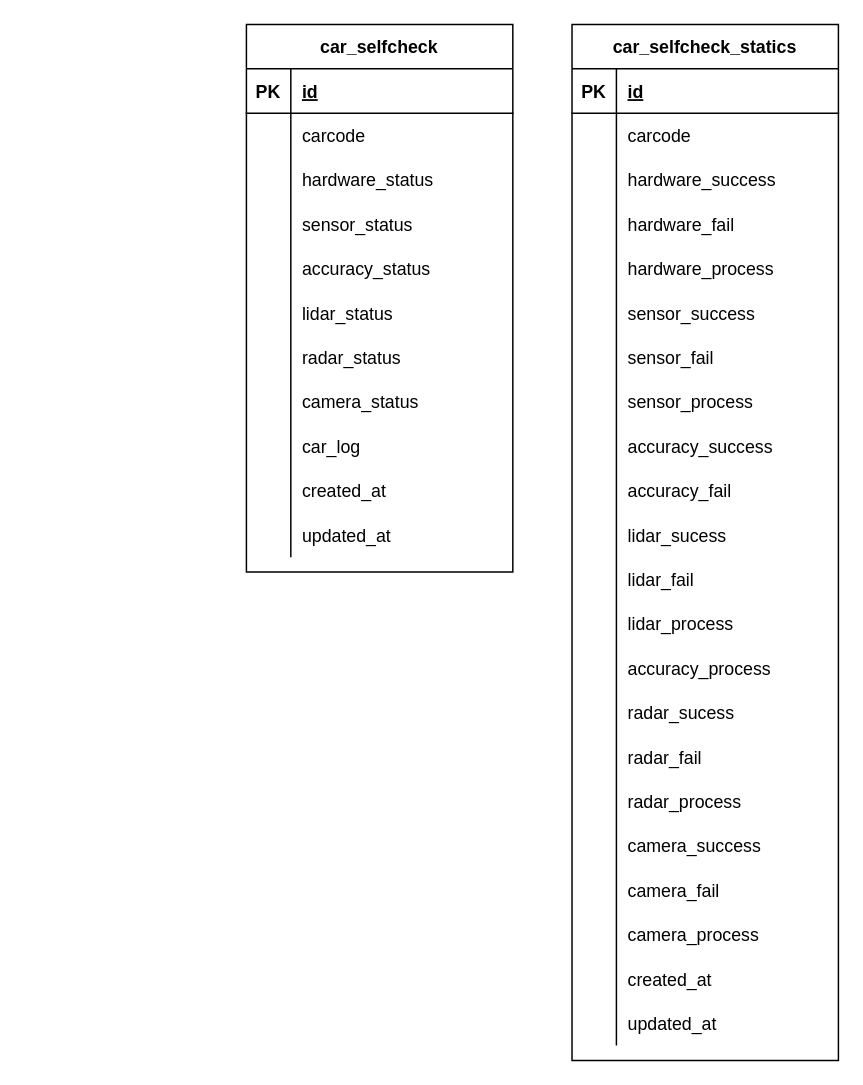
Above: 出行项目/ridereventlogger-db.drawio in wurh/myDesignDoc (draw.io), before the change. Source tidied: cells renumbered, new cells numbered last; positions are measured from the earlier drawing's top-left corner, leaving out a move shared by most shapes. Both pictures are drawn from the tidied source at 148%, with x=0, y=0 at pixel (246, 24).
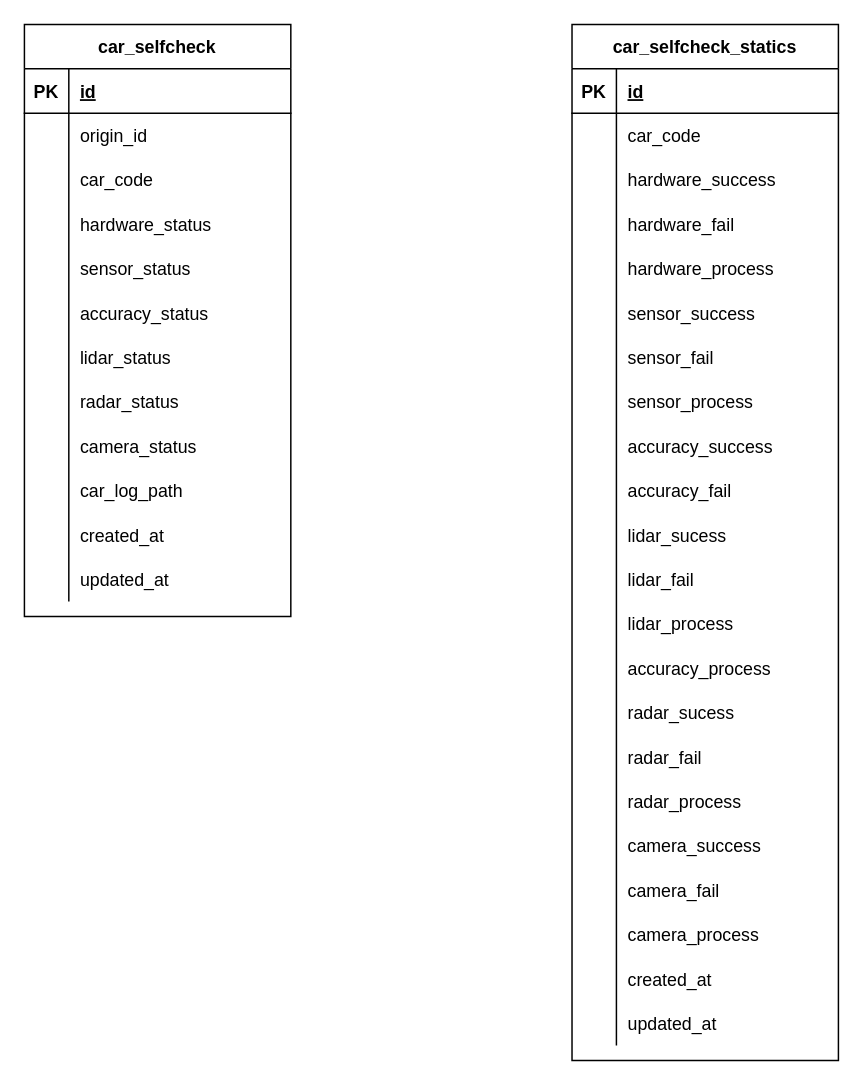
The same diagram, later.

Unchanged cells that the change refers to:
```xml
<mxCell id="40" style="shape=partialRectangle;fillColor=none;top=0;left=0;bottom=0;right=0;" parent="36" vertex="1">
  <mxGeometry y="60" width="180" height="30" as="geometry" />
</mxCell>
```

The edit, as a diff of the source:
```diff
@@
     <mxCell id="2" value="car_selfcheck" style="shape=table;startSize=30;childLayout=tableLayout;rowLines=0;fontStyle=1;align=center;" parent="1" vertex="1">
-      <mxGeometry width="180" height="370" as="geometry" />
+      <mxGeometry x="-150" width="180" height="400" as="geometry" />
     </mxCell>
@@
+    <mxCell id="103" style="shape=partialRectangle;fillColor=none;top=0;left=0;bottom=0;right=0;" parent="2" vertex="1">
+      <mxGeometry y="60" width="180" height="30" as="geometry" />
+    </mxCell>
+    <mxCell id="104" style="shape=partialRectangle;fillColor=none;top=0;left=0;bottom=0;right=0;overflow=hidden;" parent="103" vertex="1">
+      <mxGeometry width="30" height="30" as="geometry" />
+    </mxCell>
+    <mxCell id="105" value="origin_id" style="shape=partialRectangle;fillColor=none;top=0;left=0;bottom=0;right=0;align=left;spacingLeft=6;overflow=hidden;" parent="103" vertex="1">
+      <mxGeometry x="30" width="150" height="30" as="geometry" />
+    </mxCell>
     <mxCell id="6" style="shape=partialRectangle;fillColor=none;top=0;left=0;bottom=0;right=0;" parent="2" vertex="1">
-      <mxGeometry y="60" width="180" height="30" as="geometry" />
+      <mxGeometry y="90" width="180" height="30" as="geometry" />
     </mxCell>
@@
-    <mxCell id="8" value="carcode" style="shape=partialRectangle;fillColor=none;top=0;left=0;bottom=0;right=0;align=left;spacingLeft=6;overflow=hidden;" parent="6" vertex="1">
+    <mxCell id="8" value="car_code" style="shape=partialRectangle;fillColor=none;top=0;left=0;bottom=0;right=0;align=left;spacingLeft=6;overflow=hidden;" parent="6" vertex="1">
       <mxGeometry x="30" width="150" height="30" as="geometry" />
     </mxCell>
     <mxCell id="9" style="shape=partialRectangle;fillColor=none;top=0;left=0;bottom=0;right=0;" parent="2" vertex="1">
-      <mxGeometry y="90" width="180" height="30" as="geometry" />
+      <mxGeometry y="120" width="180" height="30" as="geometry" />
     </mxCell>
@@
     <mxCell id="12" style="shape=partialRectangle;fillColor=none;top=0;left=0;bottom=0;right=0;" parent="2" vertex="1">
-      <mxGeometry y="120" width="180" height="30" as="geometry" />
+      <mxGeometry y="150" width="180" height="30" as="geometry" />
     </mxCell>
@@
     <mxCell id="15" style="shape=partialRectangle;fillColor=none;top=0;left=0;bottom=0;right=0;" parent="2" vertex="1">
-      <mxGeometry y="150" width="180" height="30" as="geometry" />
+      <mxGeometry y="180" width="180" height="30" as="geometry" />
     </mxCell>
@@
     <mxCell id="18" style="shape=partialRectangle;fillColor=none;top=0;left=0;bottom=0;right=0;" parent="2" vertex="1">
-      <mxGeometry y="180" width="180" height="30" as="geometry" />
+      <mxGeometry y="210" width="180" height="30" as="geometry" />
     </mxCell>
@@
     <mxCell id="21" style="shape=partialRectangle;fillColor=none;top=0;left=0;bottom=0;right=0;" parent="2" vertex="1">
-      <mxGeometry y="210" width="180" height="30" as="geometry" />
+      <mxGeometry y="240" width="180" height="30" as="geometry" />
     </mxCell>
@@
     <mxCell id="24" style="shape=partialRectangle;fillColor=none;top=0;left=0;bottom=0;right=0;" parent="2" vertex="1">
-      <mxGeometry y="240" width="180" height="30" as="geometry" />
+      <mxGeometry y="270" width="180" height="30" as="geometry" />
     </mxCell>
@@
     <mxCell id="27" style="shape=partialRectangle;fillColor=none;top=0;left=0;bottom=0;right=0;" parent="2" vertex="1">
-      <mxGeometry y="270" width="180" height="30" as="geometry" />
+      <mxGeometry y="300" width="180" height="30" as="geometry" />
     </mxCell>
@@
-    <mxCell id="29" value="car_log" style="shape=partialRectangle;fillColor=none;top=0;left=0;bottom=0;right=0;align=left;spacingLeft=6;overflow=hidden;" parent="27" vertex="1">
+    <mxCell id="29" value="car_log_path" style="shape=partialRectangle;fillColor=none;top=0;left=0;bottom=0;right=0;align=left;spacingLeft=6;overflow=hidden;" parent="27" vertex="1">
       <mxGeometry x="30" width="150" height="30" as="geometry" />
     </mxCell>
     <mxCell id="30" style="shape=partialRectangle;fillColor=none;top=0;left=0;bottom=0;right=0;" parent="2" vertex="1">
-      <mxGeometry y="300" width="180" height="30" as="geometry" />
+      <mxGeometry y="330" width="180" height="30" as="geometry" />
     </mxCell>
@@
     <mxCell id="33" style="shape=partialRectangle;fillColor=none;top=0;left=0;bottom=0;right=0;" parent="2" vertex="1">
-      <mxGeometry y="330" width="180" height="30" as="geometry" />
+      <mxGeometry y="360" width="180" height="30" as="geometry" />
     </mxCell>
@@
-    <mxCell id="42" value="carcode" style="shape=partialRectangle;fillColor=none;top=0;left=0;bottom=0;right=0;align=left;spacingLeft=6;overflow=hidden;" parent="40" vertex="1">
+    <mxCell id="42" value="car_code" style="shape=partialRectangle;fillColor=none;top=0;left=0;bottom=0;right=0;align=left;spacingLeft=6;overflow=hidden;" parent="40" vertex="1">
       <mxGeometry x="30" width="150" height="30" as="geometry" />
     </mxCell>
```
